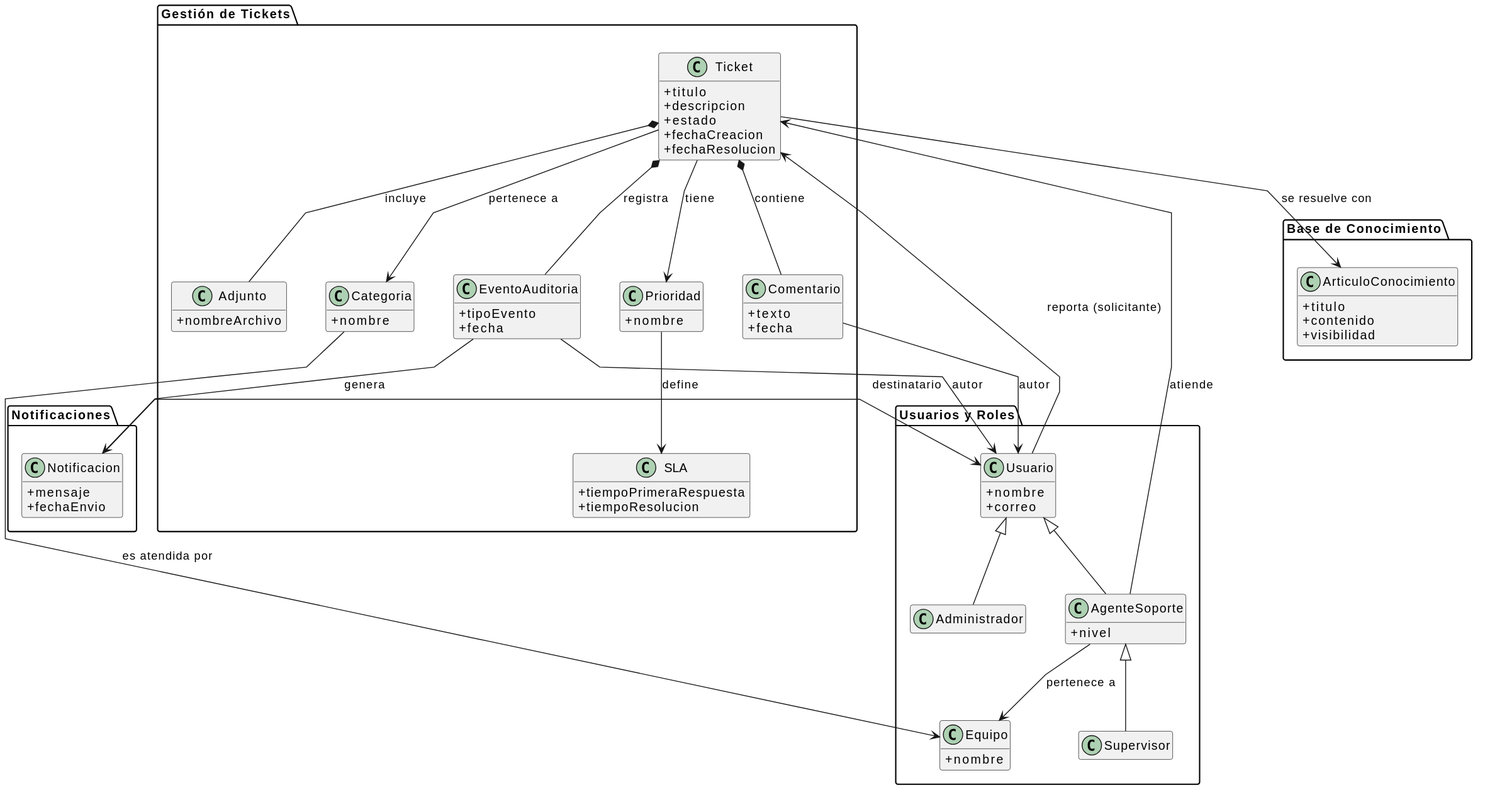
The PlantUML diagram puml/01-fase-inicio/modelo-dominio/diagrama-clases.svg in Dievex/01-HelpDesk, before a commit. Its diagram source:
```plantuml
@startuml
hide empty members
skinparam classAttributeIconSize 0
skinparam nodesep 45
skinparam ranksep 70
skinparam packagePadding 25
skinparam linetype polyline

package "Usuarios y Roles" {
  class Usuario {
    +nombre
    +correo
  }
  class AgenteSoporte {
    +nivel
  }
  class Supervisor
  class Administrador
  class Equipo {
    +nombre
  }
}

package "Gestión de Tickets" {
  class Ticket {
    +titulo
    +descripcion
    +estado
    +fechaCreacion
    +fechaResolucion
  }
  class Categoria {
    +nombre
  }
  class Prioridad {
    +nombre
  }
  class SLA {
    +tiempoPrimeraRespuesta
    +tiempoResolucion
  }
  class Comentario {
    +texto
    +fecha
  }
  class Adjunto {
    +nombreArchivo
  }
  class EventoAuditoria {
    +tipoEvento
    +fecha
  }
}

package "Base de Conocimiento" {
  class ArticuloConocimiento {
    +titulo
    +contenido
    +visibilidad
  }
}

package "Notificaciones" {
  class Notificacion {
    +mensaje
    +fechaEnvio
  }
}

Usuario <|-- AgenteSoporte
AgenteSoporte <|-- Supervisor
Usuario <|-- Administrador

Usuario  -->  Ticket : reporta (solicitante)
AgenteSoporte  -->  Ticket : atiende
AgenteSoporte  -->  Equipo : pertenece a
Ticket  -->  Categoria : pertenece a
Ticket  -->  Prioridad : tiene
Prioridad  -->  SLA : define
Categoria  -->  Equipo : es atendida por

Ticket  *--  Comentario : contiene
Ticket  *--  Adjunto : incluye
Ticket  *--  EventoAuditoria : registra
Ticket  -->  ArticuloConocimiento : se resuelve con

Notificacion  -->  Usuario : destinatario
Comentario  -->  Usuario : autor
EventoAuditoria  -->  Usuario : autor
EventoAuditoria  -->  Notificacion : genera
@enduml
```
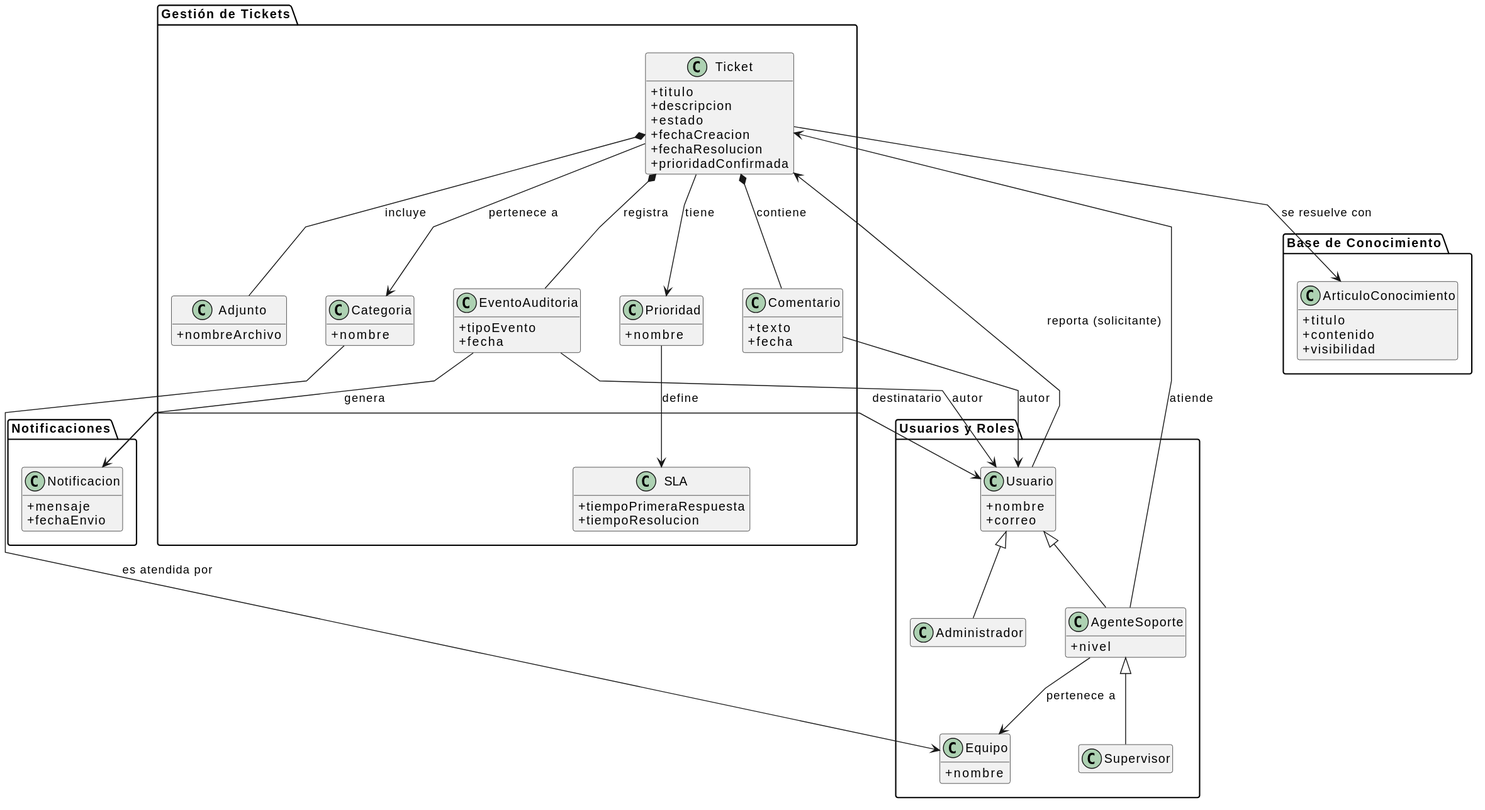
After the change.

Commit message:
Add atributo prioridadConfirmada al Ticket en el modelo de dominio

Change to the diagram source:
```diff
@@ -28,6 +28,7 @@
     +estado
     +fechaCreacion
     +fechaResolucion
+    +prioridadConfirmada
   }
   class Categoria {
     +nombre
```
